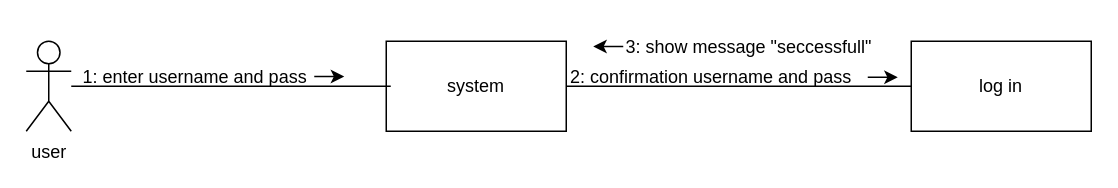
aenad/iut_foods keeps this draw.io diagram as communication_diagram/log in.drawio. Above is the earlier version. Source tidied: cells renumbered, new cells numbered last; positions are measured from the earlier drawing's top-left corner, leaving out a move shared by most shapes. Both pictures are drawn from the tidied source at 150%, with x=0, y=0 at pixel (26, 32).
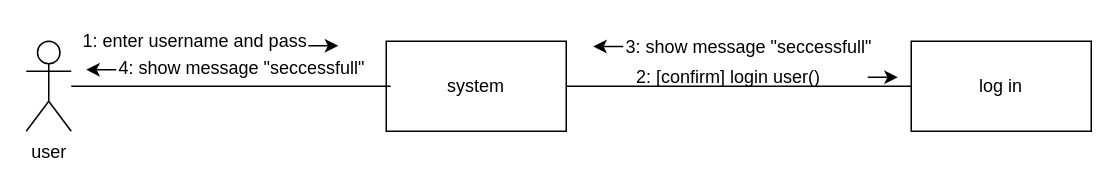
The same diagram, later.

Diff of the diagram source:
```diff
@@
     <mxCell id="7" value="1:&amp;nbsp;&lt;span&gt;enter username and pass&lt;/span&gt;" style="text;html=1;align=left;verticalAlign=top;spacingTop=-4;" parent="1" vertex="1">
-      <mxGeometry x="36" y="20" width="160" height="20" as="geometry" />
+      <mxGeometry x="36" y="-4" width="160" height="20" as="geometry" />
     </mxCell>
     <mxCell id="8" style="endArrow=classic;html=1;" parent="1" edge="1">
       <mxGeometry relative="1" as="geometry">
-        <mxPoint x="192" y="29.5" as="sourcePoint" />
-        <mxPoint x="212" y="29.5" as="targetPoint" />
+        <mxPoint x="188" y="9" as="sourcePoint" />
+        <mxPoint x="208" y="9" as="targetPoint" />
       </mxGeometry>
     </mxCell>
-    <mxCell id="9" value="2: confirmation username and pass" style="text;html=1;align=left;verticalAlign=top;spacingTop=-4;" parent="1" vertex="1">
-      <mxGeometry x="361" y="20" width="200" height="20" as="geometry" />
+    <mxCell id="9" value="2: [confirm] login user()" style="text;html=1;align=left;verticalAlign=top;spacingTop=-4;" parent="1" vertex="1">
+      <mxGeometry x="405" y="20" width="140" height="20" as="geometry" />
     </mxCell>
@@
+    <mxCell id="13" value="4: show message &quot;seccessfull&quot;" style="text;html=1;" parent="1" vertex="1">
+      <mxGeometry x="60" y="10" width="190" height="30" as="geometry" />
+    </mxCell>
+    <mxCell id="14" style="endArrow=classic;html=1;" parent="1" edge="1">
+      <mxGeometry relative="1" as="geometry">
+        <mxPoint x="60" y="25" as="sourcePoint" />
+        <mxPoint x="40" y="25" as="targetPoint" />
+      </mxGeometry>
+    </mxCell>
```
